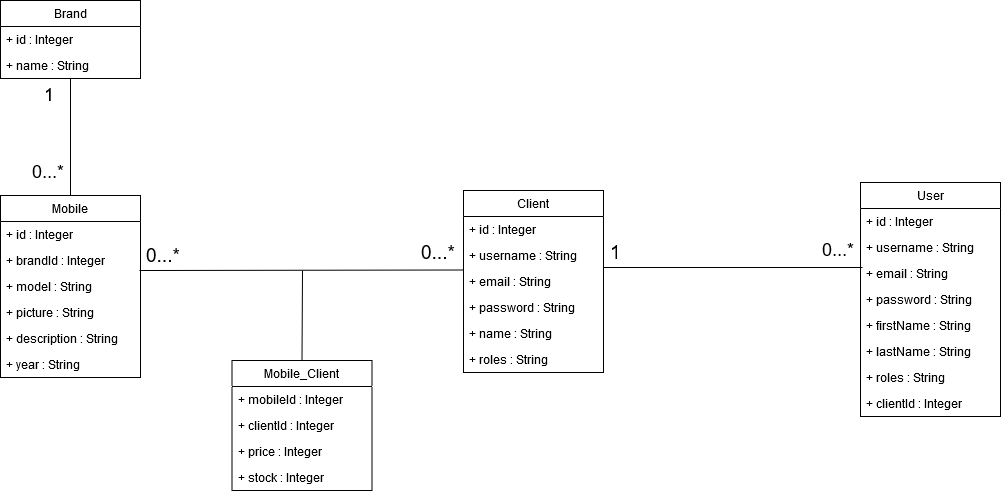
The draw.io diagram UML/Classes/diagramme_classes.png in quentinboinet/bilemo, before a commit. Source tidied: cells renumbered, new cells last; positions are measured from the earlier drawing's top-left corner, leaving out a move shared by most shapes.
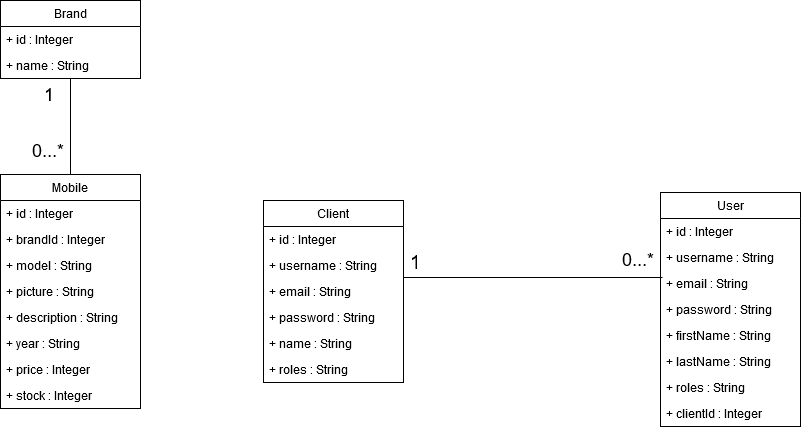
Above is the later version.

What changed in the source:
```diff
@@ -24,7 +24,7 @@
       <mxGeometry y="156" width="140" height="26" as="geometry" />
     </mxCell>
     <mxCell id="9" value="Mobile" style="swimlane;fontStyle=0;horizontal=1;startSize=26;fillColor=none;" parent="1" vertex="1">
-      <mxGeometry y="195" width="140" height="182" as="geometry" />
+      <mxGeometry x="200" y="164" width="140" height="234" as="geometry" />
     </mxCell>
     <mxCell id="10" value="+ id : Integer" style="text;strokeColor=none;fillColor=none;align=left;verticalAlign=top;spacingLeft=4;spacingRight=4;overflow=hidden;" parent="9" vertex="1">
       <mxGeometry y="26" width="140" height="26" as="geometry" />
@@ -44,6 +44,12 @@
     <mxCell id="15" value="+ year : String" style="text;strokeColor=none;fillColor=none;align=left;verticalAlign=top;spacingLeft=4;spacingRight=4;overflow=hidden;" parent="9" vertex="1">
       <mxGeometry y="156" width="140" height="26" as="geometry" />
     </mxCell>
+    <mxCell id="40" value="+ price : Integer" style="text;strokeColor=none;fillColor=none;align=left;verticalAlign=top;spacingLeft=4;spacingRight=4;overflow=hidden;" parent="9" vertex="1">
+      <mxGeometry y="182" width="140" height="26" as="geometry" />
+    </mxCell>
+    <mxCell id="41" value="+ stock : Integer" style="text;strokeColor=none;fillColor=none;align=left;verticalAlign=top;spacingLeft=4;spacingRight=4;overflow=hidden;" parent="9" vertex="1">
+      <mxGeometry y="208" width="140" height="26" as="geometry" />
+    </mxCell>
     <mxCell id="16" style="endArrow=none;html=1;endSize=12;startArrow=none;startSize=14;startFill=0;exitX=0.979;exitY=0.077;exitDx=0;exitDy=0;endFill=0;exitPerimeter=0;entryX=0;entryY=1.077;entryDx=0;entryDy=0;entryPerimeter=0;" parent="1" edge="1">
       <mxGeometry x="0.12" y="41" relative="1" as="geometry">
         <mxPoint x="603" y="267" as="sourcePoint" />
@@ -60,23 +66,8 @@
         <mxPoint x="-6" y="-34" as="offset" />
       </mxGeometry>
     </mxCell>
-    <mxCell id="19" style="endArrow=none;html=1;endSize=12;startArrow=none;startSize=14;startFill=0;endFill=0;entryX=0;entryY=1.077;entryDx=0;entryDy=0;entryPerimeter=0;exitX=0.993;exitY=-0.115;exitDx=0;exitDy=0;exitPerimeter=0;" parent="1" edge="1" source="12">
-      <mxGeometry x="0.12" y="41" relative="1" as="geometry">
-        <mxPoint x="463" y="269.5" as="targetPoint" />
-      </mxGeometry>
-    </mxCell>
-    <mxCell id="20" value="0...*" style="html=1;align=left;verticalAlign=top;labelBackgroundColor=#ffffff;fontSize=19;" parent="19" vertex="1">
-      <mxGeometry x="-1" relative="1" as="geometry">
-        <mxPoint x="4" y="-32" as="offset" />
-      </mxGeometry>
-    </mxCell>
-    <mxCell id="21" value="&lt;font style=&quot;font-size: 19px&quot;&gt;0...*&lt;/font&gt;" style="html=1;align=right;verticalAlign=top;labelBackgroundColor=#ffffff;fontSize=10;" parent="19" vertex="1">
-      <mxGeometry x="1" relative="1" as="geometry">
-        <mxPoint x="-6" y="-34" as="offset" />
-      </mxGeometry>
-    </mxCell>
     <mxCell id="22" value="Brand" style="swimlane;fontStyle=0;horizontal=1;startSize=26;fillColor=none;" parent="1" vertex="1">
-      <mxGeometry width="140" height="78" as="geometry" />
+      <mxGeometry x="200" y="-10" width="140" height="78" as="geometry" />
     </mxCell>
     <mxCell id="23" value="+ id : Integer" style="text;strokeColor=none;fillColor=none;align=left;verticalAlign=top;spacingLeft=4;spacingRight=4;overflow=hidden;" parent="22" vertex="1">
       <mxGeometry y="26" width="140" height="26" as="geometry" />
@@ -87,8 +78,8 @@
     <mxCell id="25" style="endArrow=none;html=1;endSize=12;startArrow=none;startSize=14;startFill=0;edgeStyle=orthogonalEdgeStyle;exitX=0.5;exitY=0;exitDx=0;exitDy=0;endFill=0;entryX=0.5;entryY=1;entryDx=0;entryDy=0;" parent="1" edge="1" source="9" target="22">
       <mxGeometry x="0.12" y="41" relative="1" as="geometry">
         <Array as="points">
-          <mxPoint x="70" y="140" />
-          <mxPoint x="70" y="140" />
+          <mxPoint x="270" y="140" />
+          <mxPoint x="270" y="140" />
         </Array>
       </mxGeometry>
     </mxCell>
@@ -129,25 +120,5 @@
     <mxCell id="36" value="+ clientId : Integer" style="text;strokeColor=none;fillColor=none;align=left;verticalAlign=top;spacingLeft=4;spacingRight=4;overflow=hidden;" parent="28" vertex="1">
       <mxGeometry y="208" width="140" height="26" as="geometry" />
     </mxCell>
-    <mxCell id="37" value="Mobile_Client" style="swimlane;fontStyle=0;horizontal=1;startSize=26;fillColor=none;" parent="1" vertex="1">
-      <mxGeometry x="231.5" y="360" width="140" height="130" as="geometry" />
-    </mxCell>
-    <mxCell id="38" value="+ mobileId : Integer" style="text;strokeColor=none;fillColor=none;align=left;verticalAlign=top;spacingLeft=4;spacingRight=4;overflow=hidden;" parent="37" vertex="1">
-      <mxGeometry y="26" width="140" height="26" as="geometry" />
-    </mxCell>
-    <mxCell id="39" value="+ clientId : Integer" style="text;strokeColor=none;fillColor=none;align=left;verticalAlign=top;spacingLeft=4;spacingRight=4;overflow=hidden;" parent="37" vertex="1">
-      <mxGeometry y="52" width="140" height="26" as="geometry" />
-    </mxCell>
-    <mxCell id="40" value="+ price : Integer" style="text;strokeColor=none;fillColor=none;align=left;verticalAlign=top;spacingLeft=4;spacingRight=4;overflow=hidden;" parent="37" vertex="1">
-      <mxGeometry y="78" width="140" height="26" as="geometry" />
-    </mxCell>
-    <mxCell id="41" value="+ stock : Integer" style="text;strokeColor=none;fillColor=none;align=left;verticalAlign=top;spacingLeft=4;spacingRight=4;overflow=hidden;" parent="37" vertex="1">
-      <mxGeometry y="104" width="140" height="26" as="geometry" />
-    </mxCell>
-    <mxCell id="42" style="endArrow=none;html=1;entryX=0.5;entryY=0;entryDx=0;entryDy=0;" parent="1" edge="1" target="37">
-      <mxGeometry relative="1" as="geometry">
-        <mxPoint x="302" y="270" as="sourcePoint" />
-      </mxGeometry>
-    </mxCell>
   </root>
 </mxGraphModel>
```
